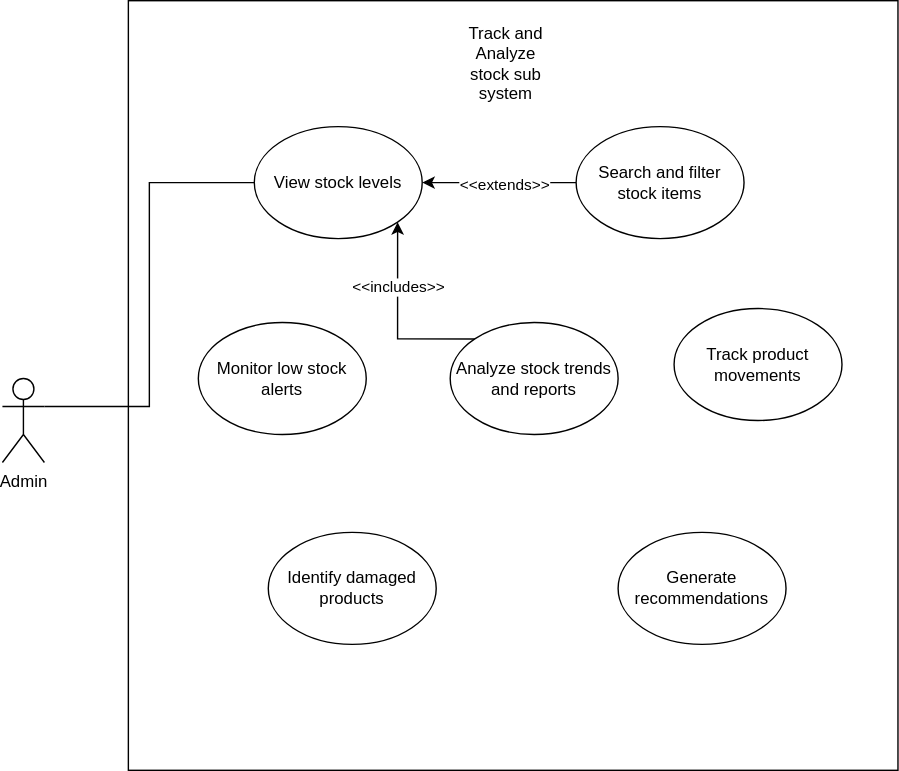
The draw.io diagram usecase.svg in Simamkele88/IFM3_GP, before a commit. Source tidied: cells renumbered, new cells last; positions are measured from the earlier drawing's top-left corner, leaving out a move shared by most shapes.
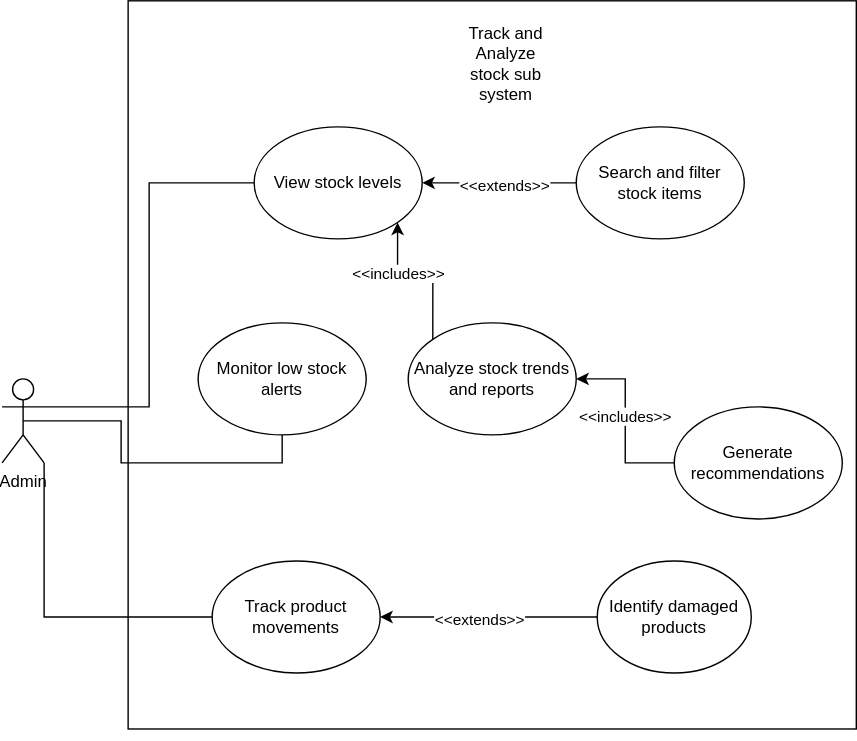
After the commit.

Diff of the diagram source:
```diff
@@ -3,11 +3,14 @@
     <mxCell id="0" />
     <mxCell id="1" parent="0" />
     <mxCell id="2" style="whiteSpace=wrap;html=1;" parent="1" vertex="1">
-      <mxGeometry x="90" width="550" height="550" as="geometry" />
+      <mxGeometry x="90" width="520" height="520" as="geometry" />
     </mxCell>
     <mxCell id="3" style="edgeStyle=orthogonalEdgeStyle;rounded=0;jettySize=auto;html=1;exitX=1;exitY=0.3333333333333333;exitDx=0;exitDy=0;exitPerimeter=0;entryX=0;entryY=0.5;entryDx=0;entryDy=0;endArrow=none;startFill=0;" parent="1" edge="1" source="4" target="5">
       <mxGeometry relative="1" as="geometry" />
     </mxCell>
+    <mxCell id="17" style="edgeStyle=orthogonalEdgeStyle;rounded=0;jettySize=auto;html=1;exitX=0.5;exitY=0.5;exitDx=0;exitDy=0;exitPerimeter=0;entryX=0.5;entryY=1;entryDx=0;entryDy=0;endArrow=none;startFill=0;" parent="1" edge="1" source="4" target="9">
+      <mxGeometry relative="1" as="geometry" />
+    </mxCell>
     <mxCell id="4" value="Admin" style="shape=umlActor;verticalLabelPosition=bottom;verticalAlign=top;html=1;outlineConnect=0;" parent="1" vertex="1">
       <mxGeometry y="270" width="30" height="60" as="geometry" />
     </mxCell>
@@ -27,13 +30,25 @@
       <mxGeometry x="140" y="230" width="120" height="80" as="geometry" />
     </mxCell>
     <mxCell id="10" value="Track product movements" style="ellipse;whiteSpace=wrap;html=1;" parent="1" vertex="1">
-      <mxGeometry x="480" y="220" width="120" height="80" as="geometry" />
+      <mxGeometry x="150" y="400" width="120" height="80" as="geometry" />
     </mxCell>
+    <mxCell id="18" style="edgeStyle=orthogonalEdgeStyle;rounded=0;jettySize=auto;html=1;entryX=1;entryY=0.5;entryDx=0;entryDy=0;" parent="1" edge="1" source="11" target="10">
+      <mxGeometry relative="1" as="geometry" />
+    </mxCell>
+    <mxCell id="19" value="&amp;lt;&amp;lt;extends&amp;gt;&amp;gt;" style="edgeLabel;html=1;align=center;verticalAlign=middle;" parent="18" vertex="1">
+      <mxGeometry x="0.09" y="1" relative="1" as="geometry" />
+    </mxCell>
     <mxCell id="11" value="Identify damaged products" style="ellipse;whiteSpace=wrap;html=1;" parent="1" vertex="1">
-      <mxGeometry x="190" y="380" width="120" height="80" as="geometry" />
+      <mxGeometry x="425" y="400" width="110" height="80" as="geometry" />
     </mxCell>
+    <mxCell id="20" style="edgeStyle=orthogonalEdgeStyle;rounded=0;jettySize=auto;html=1;" parent="1" edge="1" source="12" target="16">
+      <mxGeometry relative="1" as="geometry" />
+    </mxCell>
+    <mxCell id="21" value="&amp;lt;&amp;lt;includes&amp;gt;&amp;gt;" style="edgeLabel;html=1;align=center;verticalAlign=middle;" parent="20" vertex="1">
+      <mxGeometry x="0.06" y="1" relative="1" as="geometry" />
+    </mxCell>
     <mxCell id="12" value="Generate recommendations" style="ellipse;whiteSpace=wrap;html=1;" parent="1" vertex="1">
-      <mxGeometry x="440" y="380" width="120" height="80" as="geometry" />
+      <mxGeometry x="480" y="290" width="120" height="80" as="geometry" />
     </mxCell>
     <mxCell id="13" value="&lt;div&gt;Track and Analyze stock sub system&lt;/div&gt;" style="text;html=1;align=center;verticalAlign=middle;whiteSpace=wrap;rounded=0;" parent="1" vertex="1">
       <mxGeometry x="330" y="30" width="60" height="30" as="geometry" />
@@ -45,7 +60,17 @@
       <mxGeometry x="0.33" relative="1" as="geometry" />
     </mxCell>
     <mxCell id="16" value="Analyze stock trends and reports" style="ellipse;whiteSpace=wrap;html=1;" parent="1" vertex="1">
-      <mxGeometry x="320" y="230" width="120" height="80" as="geometry" />
+      <mxGeometry x="290" y="230" width="120" height="80" as="geometry" />
     </mxCell>
+    <mxCell id="22" style="edgeStyle=orthogonalEdgeStyle;rounded=0;jettySize=auto;html=1;exitX=1;exitY=1;exitDx=0;exitDy=0;exitPerimeter=0;entryX=0;entryY=0.5;entryDx=0;entryDy=0;endArrow=none;startFill=0;" parent="1" edge="1" source="4" target="10">
+      <mxGeometry relative="1" as="geometry">
+        <Array as="points">
+          <mxPoint x="30" y="440" />
+        </Array>
+      </mxGeometry>
+    </mxCell>
+    <mxCell id="23" style="edgeStyle=orthogonalEdgeStyle;rounded=0;orthogonalLoop=1;jettySize=auto;html=1;exitX=0.5;exitY=1;exitDx=0;exitDy=0;" parent="1" edge="1" source="2" target="2">
+      <mxGeometry relative="1" as="geometry" />
+    </mxCell>
   </root>
 </mxGraphModel>
```
